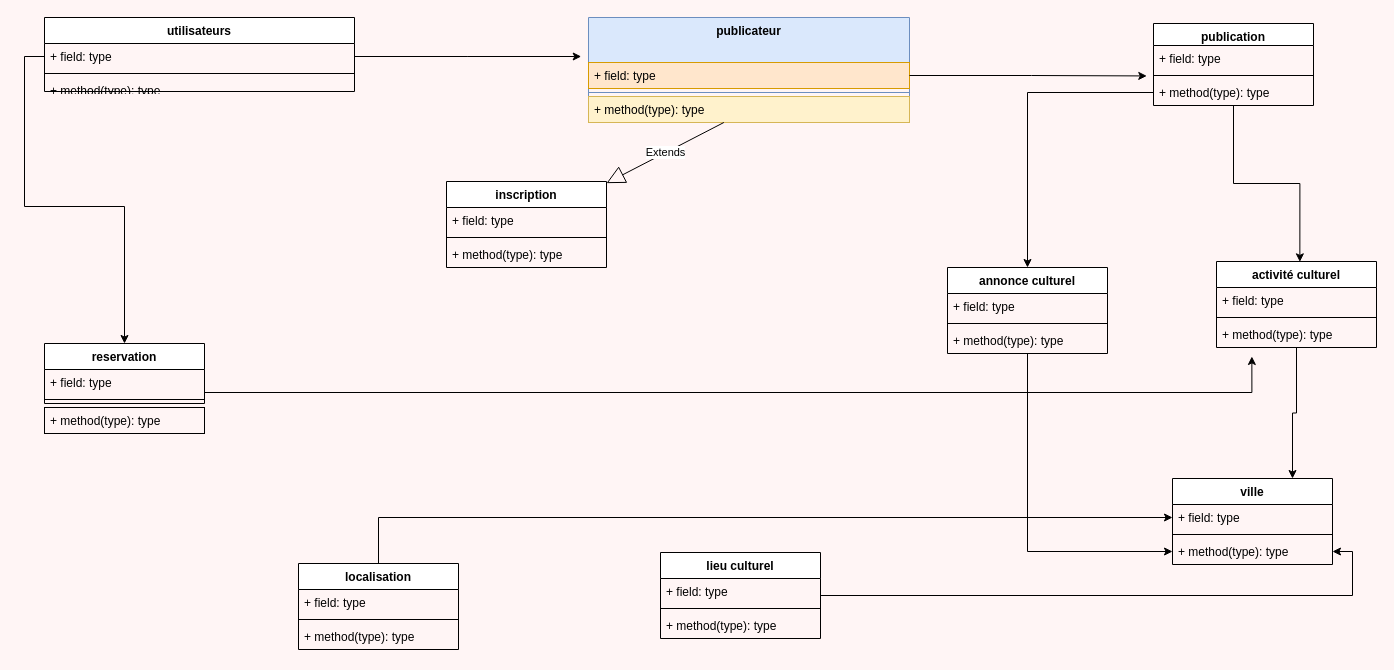
This is Diagramme sans nom.drawio from mawuli01/reactJS, a draw.io file, before an edit. Source tidied: cells renumbered, new cells numbered last; positions are measured from the earlier drawing's top-left corner, leaving out a move shared by most shapes. Both pictures are drawn from the tidied source at 100%, with x=0, y=0 at pixel (44, 17).
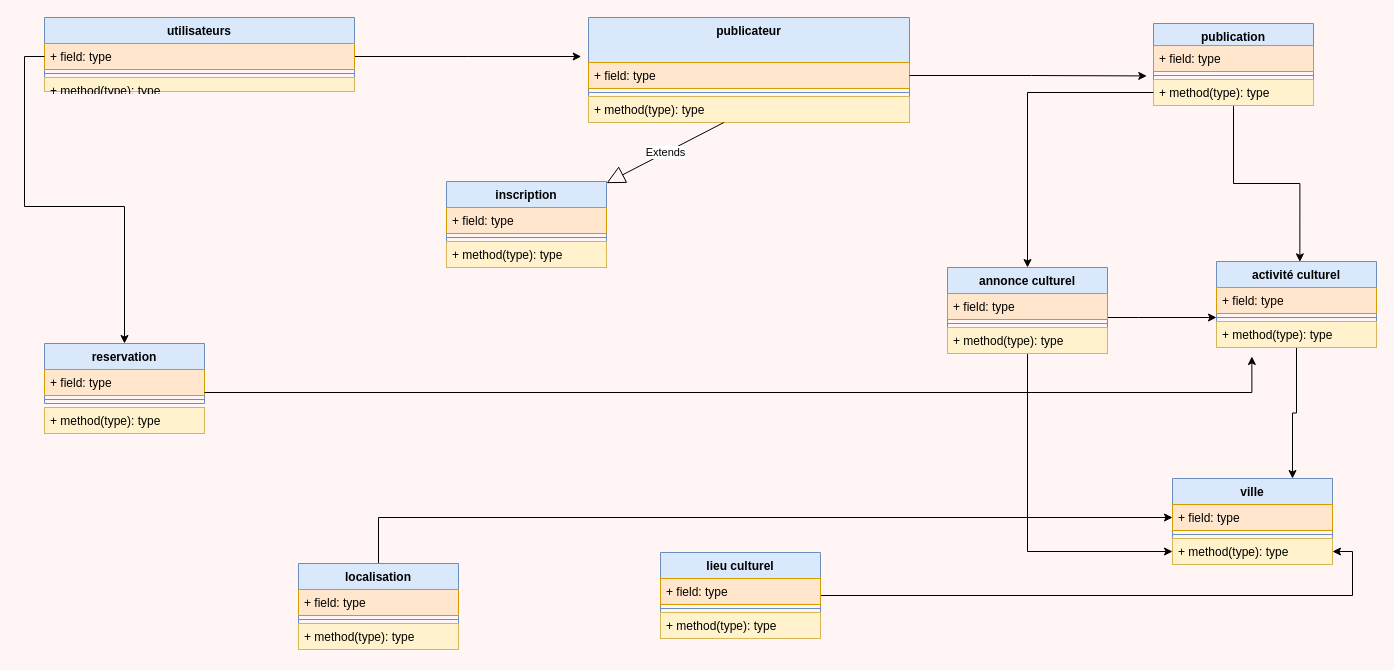
Above is the later version.

Commit message (it also covers changes not shown here):
Mettre à jour Diagramme sans nom.drawio

The change refers to these unchanged cells:
```xml
<mxCell id="36" style="line;strokeWidth=1;fillColor=none;align=left;verticalAlign=middle;spacingTop=-1;spacingLeft=3;spacingRight=3;labelPosition=right;points=[];portConstraint=eastwest;strokeColor=inherit;" parent="34" vertex="1">
  <mxGeometry y="52" width="160" height="8" as="geometry" />
</mxCell>
```

Diff of the diagram source:
```diff
@@
-    <mxCell id="2" value="utilisateurs" style="swimlane;fontStyle=1;align=center;verticalAlign=top;horizontal=1;startSize=26;whiteSpace=wrap;html=1;" parent="1" vertex="1">
+    <mxCell id="2" value="utilisateurs" style="swimlane;fontStyle=1;align=center;verticalAlign=top;horizontal=1;startSize=26;whiteSpace=wrap;html=1;fillColor=#dae8fc;strokeColor=#6c8ebf;" parent="1" vertex="1">
       <mxGeometry width="310" height="74" as="geometry" />
     </mxCell>
@@
-    <mxCell id="4" value="+ field: type" style="text;strokeColor=none;fillColor=none;align=left;verticalAlign=top;spacingLeft=4;spacingRight=4;overflow=hidden;points=[[0,0.5],[1,0.5]];portConstraint=eastwest;whiteSpace=wrap;html=1;" parent="2" vertex="1">
+    <mxCell id="4" value="+ field: type" style="text;strokeColor=#d79b00;fillColor=#ffe6cc;align=left;verticalAlign=top;spacingLeft=4;spacingRight=4;overflow=hidden;points=[[0,0.5],[1,0.5]];portConstraint=eastwest;whiteSpace=wrap;html=1;" parent="2" vertex="1">
       <mxGeometry y="26" width="310" height="26" as="geometry" />
     </mxCell>
@@
-    <mxCell id="6" value="+ method(type): type" style="text;strokeColor=none;fillColor=none;align=left;verticalAlign=top;spacingLeft=4;spacingRight=4;overflow=hidden;whiteSpace=wrap;html=1;" parent="2" vertex="1">
+    <mxCell id="6" value="+ method(type): type" style="text;strokeColor=#d6b656;fillColor=#fff2cc;align=left;verticalAlign=top;spacingLeft=4;spacingRight=4;overflow=hidden;whiteSpace=wrap;html=1;" parent="2" vertex="1">
       <mxGeometry y="60" width="310" height="14" as="geometry" />
     </mxCell>
@@
-    <mxCell id="12" value="publication" style="swimlane;fontStyle=1;align=center;verticalAlign=top;horizontal=1;startSize=22;whiteSpace=wrap;html=1;" parent="1" vertex="1">
+    <mxCell id="12" value="publication" style="swimlane;fontStyle=1;align=center;verticalAlign=top;horizontal=1;startSize=22;whiteSpace=wrap;html=1;fillColor=#dae8fc;strokeColor=#6c8ebf;" parent="1" vertex="1">
       <mxGeometry x="1109" y="6" width="160" height="82" as="geometry" />
     </mxCell>
-    <mxCell id="13" value="+ field: type" style="text;strokeColor=none;fillColor=none;align=left;verticalAlign=top;spacingLeft=4;spacingRight=4;overflow=hidden;whiteSpace=wrap;html=1;" parent="12" vertex="1">
+    <mxCell id="13" value="+ field: type" style="text;strokeColor=#d79b00;fillColor=#ffe6cc;align=left;verticalAlign=top;spacingLeft=4;spacingRight=4;overflow=hidden;whiteSpace=wrap;html=1;" parent="12" vertex="1">
       <mxGeometry y="22" width="160" height="26" as="geometry" />
     </mxCell>
@@
-    <mxCell id="15" value="+ method(type): type" style="text;strokeColor=none;fillColor=none;align=left;verticalAlign=top;spacingLeft=4;spacingRight=4;overflow=hidden;points=[[0,0.5],[1,0.5]];portConstraint=eastwest;whiteSpace=wrap;html=1;" parent="12" vertex="1">
+    <mxCell id="15" value="+ method(type): type" style="text;strokeColor=#d6b656;fillColor=#fff2cc;align=left;verticalAlign=top;spacingLeft=4;spacingRight=4;overflow=hidden;points=[[0,0.5],[1,0.5]];portConstraint=eastwest;whiteSpace=wrap;html=1;" parent="12" vertex="1">
       <mxGeometry y="56" width="160" height="26" as="geometry" />
     </mxCell>
-    <mxCell id="16" value="inscription" style="swimlane;fontStyle=1;align=center;verticalAlign=top;horizontal=1;startSize=26;whiteSpace=wrap;html=1;" parent="1" vertex="1">
+    <mxCell id="16" value="inscription" style="swimlane;fontStyle=1;align=center;verticalAlign=top;horizontal=1;startSize=26;whiteSpace=wrap;html=1;fillColor=#dae8fc;strokeColor=#6c8ebf;" parent="1" vertex="1">
       <mxGeometry x="402" y="164" width="160" height="86" as="geometry" />
     </mxCell>
-    <mxCell id="17" value="+ field: type" style="text;strokeColor=none;fillColor=none;align=left;verticalAlign=top;spacingLeft=4;spacingRight=4;overflow=hidden;whiteSpace=wrap;html=1;" parent="16" vertex="1">
+    <mxCell id="17" value="+ field: type" style="text;strokeColor=#d79b00;fillColor=#ffe6cc;align=left;verticalAlign=top;spacingLeft=4;spacingRight=4;overflow=hidden;whiteSpace=wrap;html=1;" parent="16" vertex="1">
       <mxGeometry y="26" width="160" height="26" as="geometry" />
     </mxCell>
@@
-    <mxCell id="19" value="+ method(type): type" style="text;strokeColor=none;fillColor=none;align=left;verticalAlign=top;spacingLeft=4;spacingRight=4;overflow=hidden;whiteSpace=wrap;html=1;" parent="16" vertex="1">
+    <mxCell id="19" value="+ method(type): type" style="text;strokeColor=#d6b656;fillColor=#fff2cc;align=left;verticalAlign=top;spacingLeft=4;spacingRight=4;overflow=hidden;whiteSpace=wrap;html=1;" parent="16" vertex="1">
       <mxGeometry y="60" width="160" height="26" as="geometry" />
     </mxCell>
-    <mxCell id="20" value="reservation" style="swimlane;fontStyle=1;align=center;verticalAlign=top;horizontal=1;startSize=26;whiteSpace=wrap;html=1;" parent="1" vertex="1">
+    <mxCell id="20" value="reservation" style="swimlane;fontStyle=1;align=center;verticalAlign=top;horizontal=1;startSize=26;whiteSpace=wrap;html=1;fillColor=#dae8fc;strokeColor=#6c8ebf;" parent="1" vertex="1">
       <mxGeometry y="326" width="160" height="60" as="geometry" />
     </mxCell>
-    <mxCell id="21" value="+ field: type" style="text;strokeColor=none;fillColor=none;align=left;verticalAlign=top;spacingLeft=4;spacingRight=4;overflow=hidden;points=[[0,0.5],[1,0.5]];portConstraint=eastwest;whiteSpace=wrap;html=1;" parent="20" vertex="1">
+    <mxCell id="21" value="+ field: type" style="text;strokeColor=#d79b00;fillColor=#ffe6cc;align=left;verticalAlign=top;spacingLeft=4;spacingRight=4;overflow=hidden;points=[[0,0.5],[1,0.5]];portConstraint=eastwest;whiteSpace=wrap;html=1;" parent="20" vertex="1">
       <mxGeometry y="26" width="160" height="26" as="geometry" />
     </mxCell>
@@
-    <mxCell id="24" value="lieu culturel" style="swimlane;fontStyle=1;align=center;verticalAlign=top;horizontal=1;startSize=26;whiteSpace=wrap;html=1;" parent="1" vertex="1">
+    <mxCell id="24" value="lieu culturel" style="swimlane;fontStyle=1;align=center;verticalAlign=top;horizontal=1;startSize=26;whiteSpace=wrap;html=1;fillColor=#dae8fc;strokeColor=#6c8ebf;" parent="1" vertex="1">
       <mxGeometry x="616" y="535" width="160" height="86" as="geometry" />
     </mxCell>
-    <mxCell id="25" value="+ field: type" style="text;strokeColor=none;fillColor=none;align=left;verticalAlign=top;spacingLeft=4;spacingRight=4;overflow=hidden;whiteSpace=wrap;html=1;" parent="24" vertex="1">
+    <mxCell id="25" value="+ field: type" style="text;strokeColor=#d79b00;fillColor=#ffe6cc;align=left;verticalAlign=top;spacingLeft=4;spacingRight=4;overflow=hidden;whiteSpace=wrap;html=1;" parent="24" vertex="1">
       <mxGeometry y="26" width="160" height="26" as="geometry" />
     </mxCell>
@@
-    <mxCell id="27" value="+ method(type): type" style="text;strokeColor=none;fillColor=none;align=left;verticalAlign=top;spacingLeft=4;spacingRight=4;overflow=hidden;whiteSpace=wrap;html=1;" parent="24" vertex="1">
+    <mxCell id="27" value="+ method(type): type" style="text;strokeColor=#d6b656;fillColor=#fff2cc;align=left;verticalAlign=top;spacingLeft=4;spacingRight=4;overflow=hidden;whiteSpace=wrap;html=1;" parent="24" vertex="1">
       <mxGeometry y="60" width="160" height="26" as="geometry" />
     </mxCell>
-    <mxCell id="28" value="ville" style="swimlane;fontStyle=1;align=center;verticalAlign=top;horizontal=1;startSize=26;whiteSpace=wrap;html=1;" parent="1" vertex="1">
+    <mxCell id="28" value="ville" style="swimlane;fontStyle=1;align=center;verticalAlign=top;horizontal=1;startSize=26;whiteSpace=wrap;html=1;fillColor=#dae8fc;strokeColor=#6c8ebf;" parent="1" vertex="1">
       <mxGeometry x="1128" y="461" width="160" height="86" as="geometry" />
     </mxCell>
-    <mxCell id="29" value="+ field: type" style="text;strokeColor=none;fillColor=none;align=left;verticalAlign=top;spacingLeft=4;spacingRight=4;overflow=hidden;points=[[0,0.5],[1,0.5]];portConstraint=eastwest;whiteSpace=wrap;html=1;" parent="28" vertex="1">
+    <mxCell id="29" value="+ field: type" style="text;strokeColor=#d79b00;fillColor=#ffe6cc;align=left;verticalAlign=top;spacingLeft=4;spacingRight=4;overflow=hidden;points=[[0,0.5],[1,0.5]];portConstraint=eastwest;whiteSpace=wrap;html=1;" parent="28" vertex="1">
       <mxGeometry y="26" width="160" height="26" as="geometry" />
     </mxCell>
@@
-    <mxCell id="31" value="+ method(type): type" style="text;strokeColor=none;fillColor=none;align=left;verticalAlign=top;spacingLeft=4;spacingRight=4;overflow=hidden;points=[[0,0.5],[1,0.5]];portConstraint=eastwest;whiteSpace=wrap;html=1;" parent="28" vertex="1">
+    <mxCell id="31" value="+ method(type): type" style="text;strokeColor=#d6b656;fillColor=#fff2cc;align=left;verticalAlign=top;spacingLeft=4;spacingRight=4;overflow=hidden;points=[[0,0.5],[1,0.5]];portConstraint=eastwest;whiteSpace=wrap;html=1;" parent="28" vertex="1">
       <mxGeometry y="60" width="160" height="26" as="geometry" />
     </mxCell>
@@
-    <mxCell id="34" value="activité culturel" style="swimlane;fontStyle=1;align=center;verticalAlign=top;horizontal=1;startSize=26;whiteSpace=wrap;html=1;" parent="1" vertex="1">
+    <mxCell id="34" value="activité culturel" style="swimlane;fontStyle=1;align=center;verticalAlign=top;horizontal=1;startSize=26;whiteSpace=wrap;html=1;fillColor=#dae8fc;strokeColor=#6c8ebf;" parent="1" vertex="1">
       <mxGeometry x="1172" y="244" width="160" height="86" as="geometry" />
     </mxCell>
-    <mxCell id="35" value="+ field: type" style="text;strokeColor=none;fillColor=none;align=left;verticalAlign=top;spacingLeft=4;spacingRight=4;overflow=hidden;whiteSpace=wrap;html=1;" parent="34" vertex="1">
+    <mxCell id="35" value="+ field: type" style="text;strokeColor=#d79b00;fillColor=#ffe6cc;align=left;verticalAlign=top;spacingLeft=4;spacingRight=4;overflow=hidden;whiteSpace=wrap;html=1;" parent="34" vertex="1">
       <mxGeometry y="26" width="160" height="26" as="geometry" />
     </mxCell>
@@
-    <mxCell id="37" value="+ method(type): type" style="text;strokeColor=none;fillColor=none;align=left;verticalAlign=top;spacingLeft=4;spacingRight=4;overflow=hidden;points=[[0,0.5],[1,0.5]];portConstraint=eastwest;whiteSpace=wrap;html=1;" parent="34" vertex="1">
+    <mxCell id="37" value="+ method(type): type" style="text;strokeColor=#d6b656;fillColor=#fff2cc;align=left;verticalAlign=top;spacingLeft=4;spacingRight=4;overflow=hidden;points=[[0,0.5],[1,0.5]];portConstraint=eastwest;whiteSpace=wrap;html=1;" parent="34" vertex="1">
       <mxGeometry y="60" width="160" height="26" as="geometry" />
     </mxCell>
@@
+    <mxCell id="53" style="edgeStyle=orthogonalEdgeStyle;rounded=0;jettySize=auto;html=1;" parent="1" edge="1" source="40" target="36">
+      <mxGeometry relative="1" as="geometry">
+        <Array as="points">
+          <mxPoint x="1094" y="300" />
+          <mxPoint x="1094" y="300" />
+        </Array>
+      </mxGeometry>
+    </mxCell>
-    <mxCell id="40" value="annonce culturel" style="swimlane;fontStyle=1;align=center;verticalAlign=top;horizontal=1;startSize=26;whiteSpace=wrap;html=1;" parent="1" vertex="1">
+    <mxCell id="40" value="annonce culturel" style="swimlane;fontStyle=1;align=center;verticalAlign=top;horizontal=1;startSize=26;whiteSpace=wrap;html=1;fillColor=#dae8fc;strokeColor=#6c8ebf;" parent="1" vertex="1">
       <mxGeometry x="903" y="250" width="160" height="86" as="geometry" />
     </mxCell>
-    <mxCell id="41" value="+ field: type" style="text;strokeColor=none;fillColor=none;align=left;verticalAlign=top;spacingLeft=4;spacingRight=4;overflow=hidden;whiteSpace=wrap;html=1;" parent="40" vertex="1">
+    <mxCell id="41" value="+ field: type" style="text;strokeColor=#d79b00;fillColor=#ffe6cc;align=left;verticalAlign=top;spacingLeft=4;spacingRight=4;overflow=hidden;whiteSpace=wrap;html=1;" parent="40" vertex="1">
       <mxGeometry y="26" width="160" height="26" as="geometry" />
     </mxCell>
@@
-    <mxCell id="43" value="+ method(type): type" style="text;strokeColor=none;fillColor=none;align=left;verticalAlign=top;spacingLeft=4;spacingRight=4;overflow=hidden;whiteSpace=wrap;html=1;" parent="40" vertex="1">
+    <mxCell id="43" value="+ method(type): type" style="text;strokeColor=#d6b656;fillColor=#fff2cc;align=left;verticalAlign=top;spacingLeft=4;spacingRight=4;overflow=hidden;whiteSpace=wrap;html=1;" parent="40" vertex="1">
       <mxGeometry y="60" width="160" height="26" as="geometry" />
     </mxCell>
@@
-    <mxCell id="45" value="+ method(type): type" style="text;strokeColor=default;fillColor=none;align=left;verticalAlign=top;spacingLeft=4;spacingRight=4;overflow=hidden;whiteSpace=wrap;html=1;" parent="1" vertex="1">
+    <mxCell id="45" value="+ method(type): type" style="text;strokeColor=#d6b656;fillColor=#fff2cc;align=left;verticalAlign=top;spacingLeft=4;spacingRight=4;overflow=hidden;whiteSpace=wrap;html=1;" parent="1" vertex="1">
       <mxGeometry y="390" width="160" height="26" as="geometry" />
     </mxCell>
@@
-    <mxCell id="47" value="localisation" style="swimlane;fontStyle=1;align=center;verticalAlign=top;horizontal=1;startSize=26;whiteSpace=wrap;html=1;" parent="1" vertex="1">
+    <mxCell id="47" value="localisation" style="swimlane;fontStyle=1;align=center;verticalAlign=top;horizontal=1;startSize=26;whiteSpace=wrap;html=1;fillColor=#dae8fc;strokeColor=#6c8ebf;" parent="1" vertex="1">
       <mxGeometry x="254" y="546" width="160" height="86" as="geometry" />
     </mxCell>
-    <mxCell id="48" value="+ field: type" style="text;strokeColor=none;fillColor=none;align=left;verticalAlign=top;spacingLeft=4;spacingRight=4;overflow=hidden;whiteSpace=wrap;html=1;" parent="47" vertex="1">
+    <mxCell id="48" value="+ field: type" style="text;align=left;verticalAlign=top;spacingLeft=4;spacingRight=4;overflow=hidden;whiteSpace=wrap;html=1;fillColor=#ffe6cc;strokeColor=#d79b00;" parent="47" vertex="1">
       <mxGeometry y="26" width="160" height="26" as="geometry" />
     </mxCell>
@@
-    <mxCell id="50" value="+ method(type): type" style="text;strokeColor=none;fillColor=none;align=left;verticalAlign=top;spacingLeft=4;spacingRight=4;overflow=hidden;whiteSpace=wrap;html=1;" parent="47" vertex="1">
+    <mxCell id="50" value="+ method(type): type" style="text;strokeColor=#d6b656;fillColor=#fff2cc;align=left;verticalAlign=top;spacingLeft=4;spacingRight=4;overflow=hidden;whiteSpace=wrap;html=1;" parent="47" vertex="1">
       <mxGeometry y="60" width="160" height="26" as="geometry" />
     </mxCell>
```
